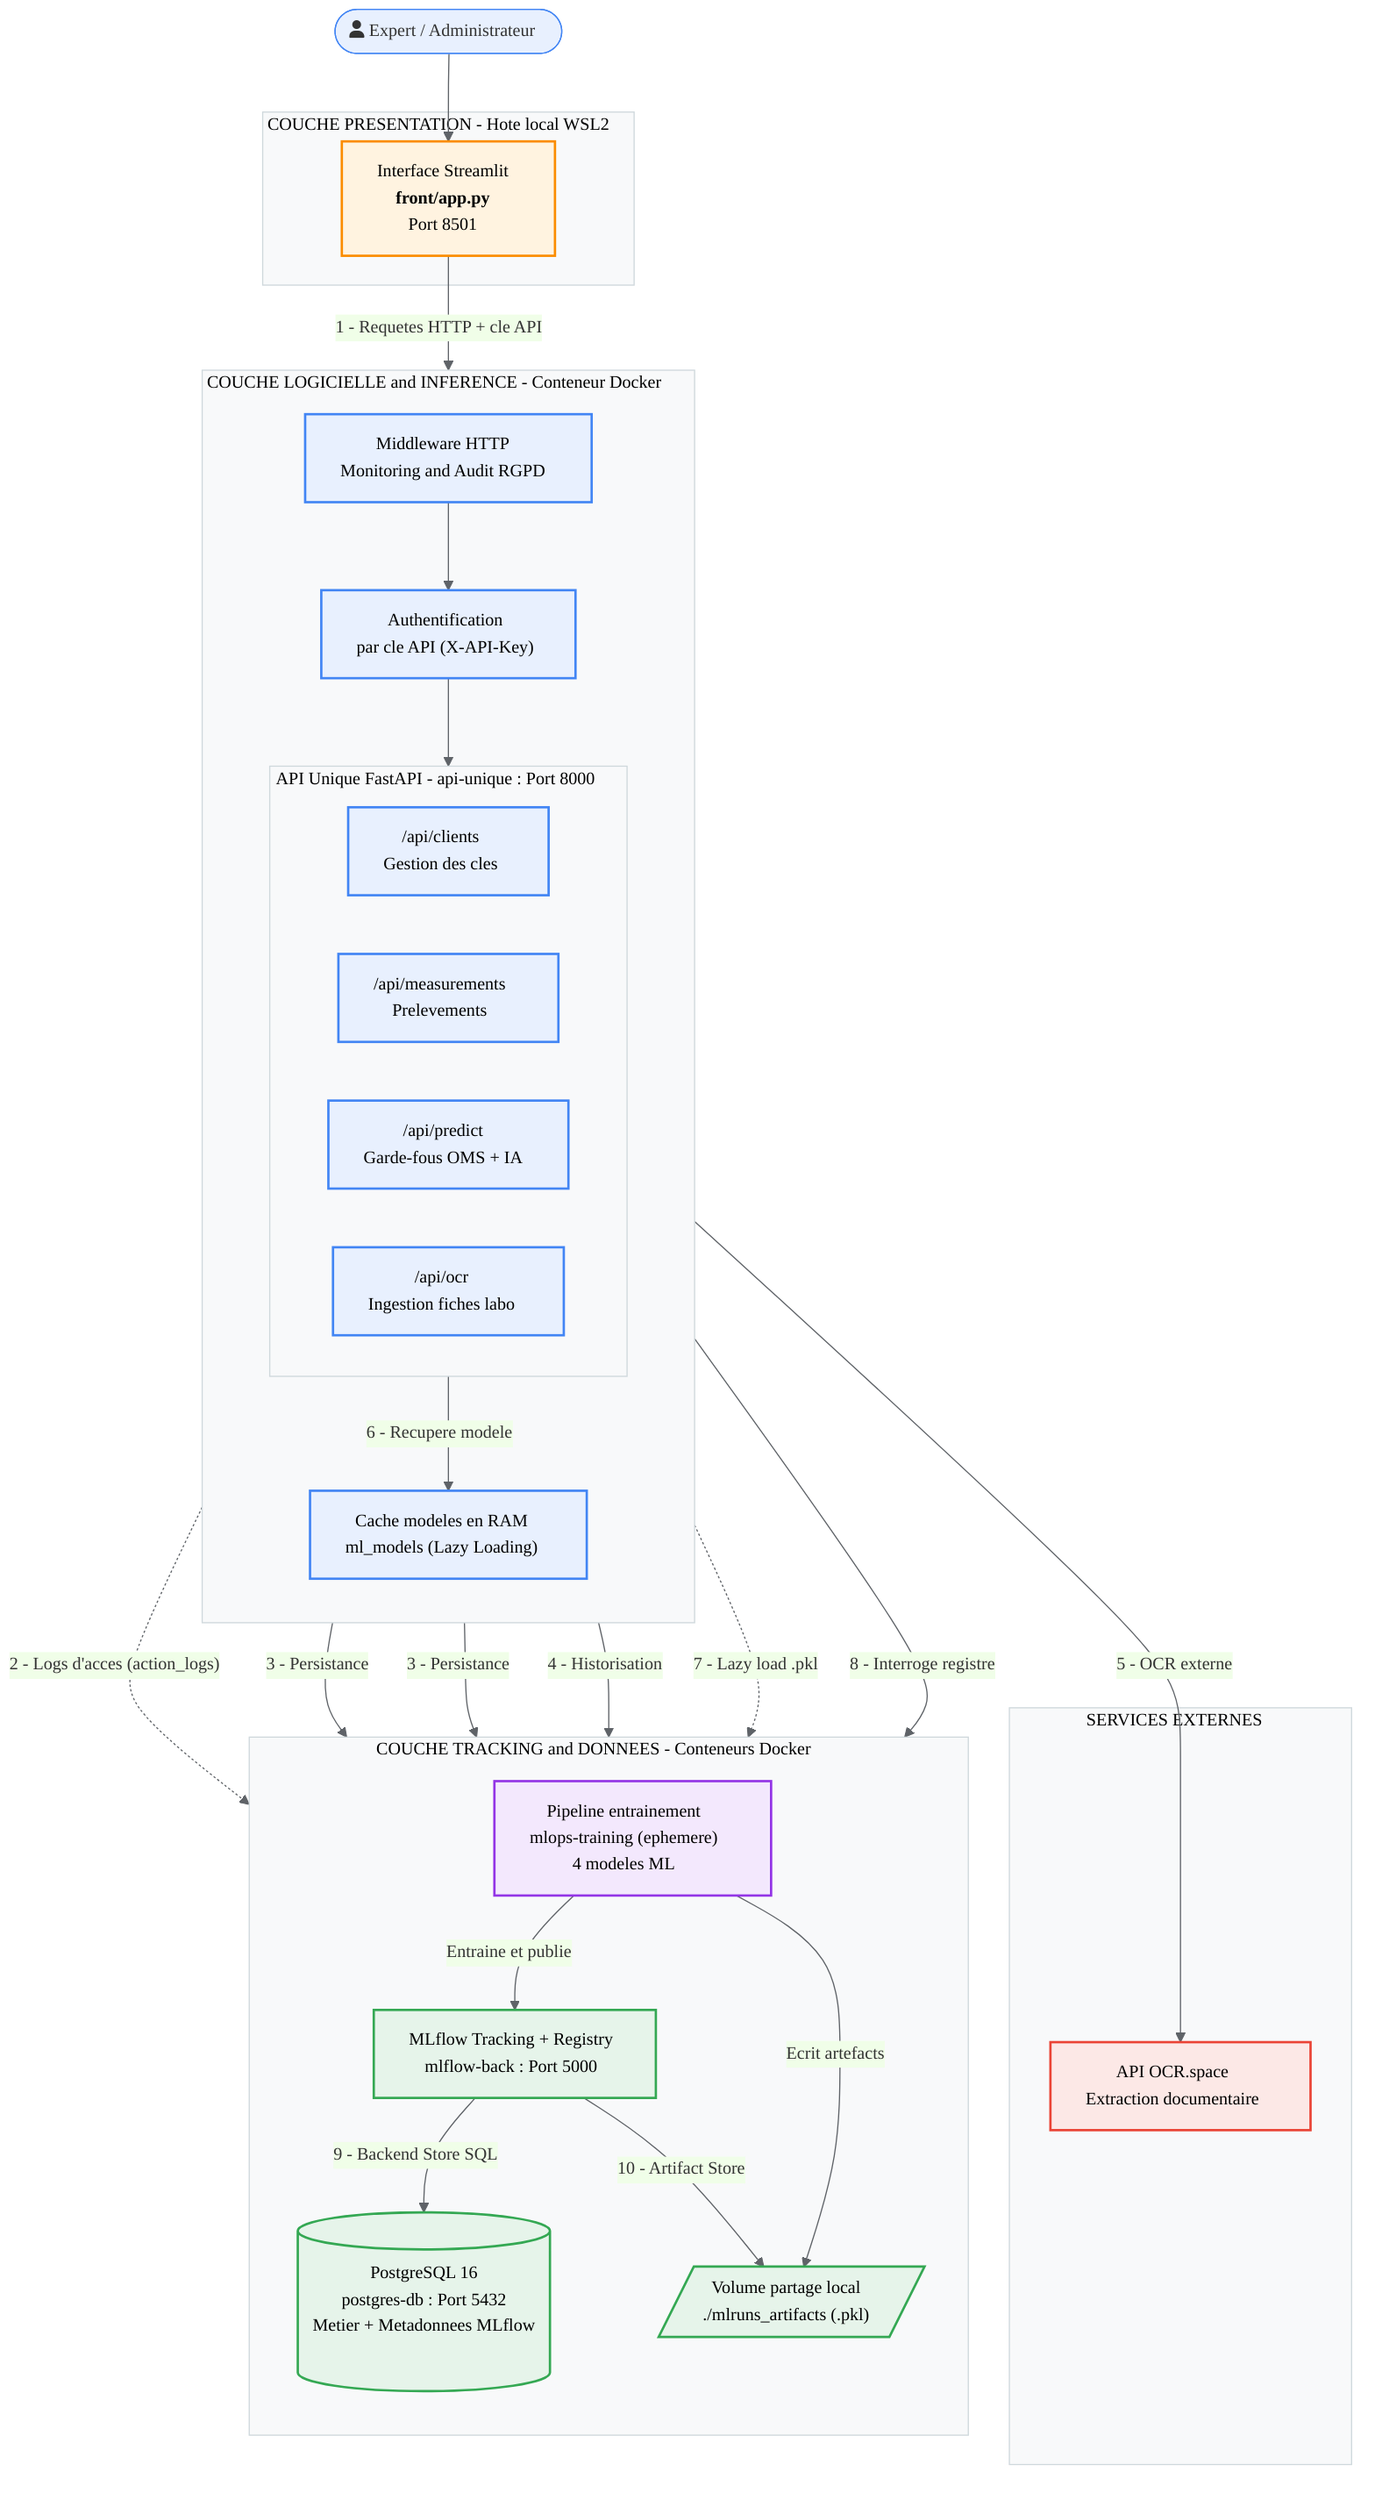
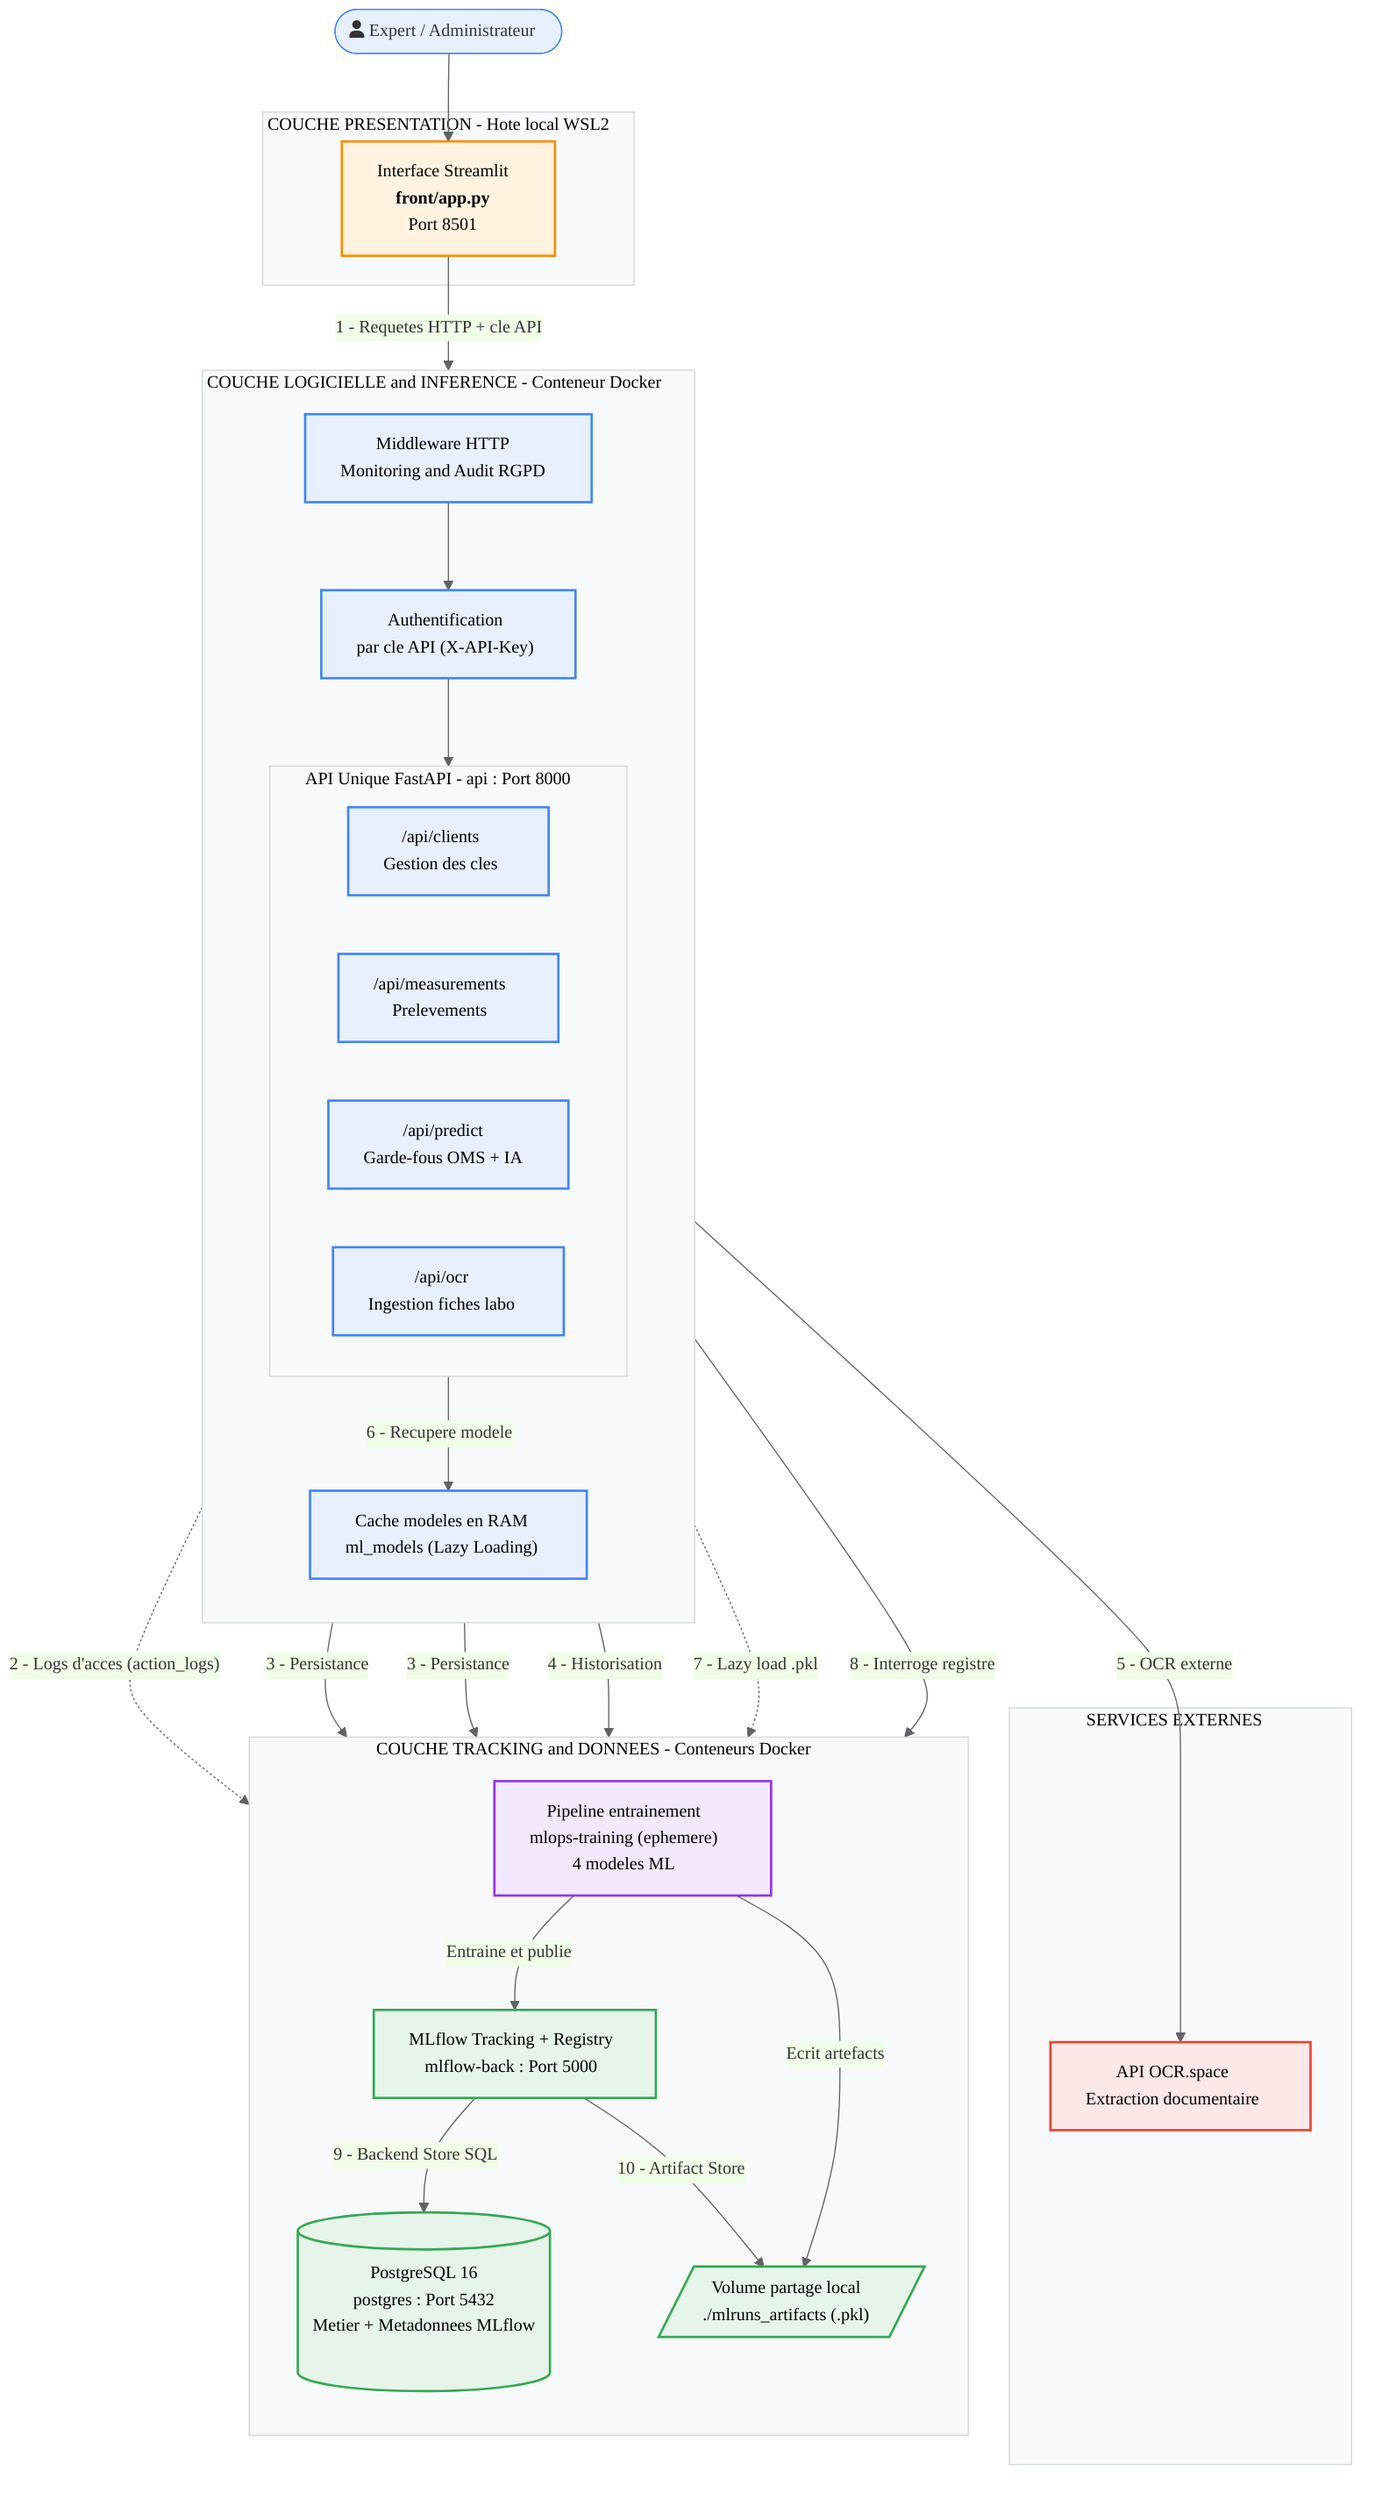
%%{init: {'theme':'base', 'themeVariables': {'fontFamily':'Segoe UI, Helvetica, sans-serif','fontSize':'15px','primaryColor':'#e8f0fe','primaryBorderColor':'#4285f4','lineColor':'#5f6368','clusterBkg':'#f8f9fa','clusterBorder':'#cfd8dc'}}}%%
graph TD
    user(["fa:fa-user Expert / Administrateur"])

    subgraph PRESENTATION["COUCHE PRESENTATION  -  Hote local WSL2"]
        UI["Interface Streamlit<br/><b>front/app.py</b><br/>Port 8501"]
    end

    subgraph APILAYER["COUCHE LOGICIELLE and INFERENCE  -  Conteneur Docker"]
        direction TB
        MW["Middleware HTTP<br/>Monitoring and Audit RGPD"]
        AUTH["Authentification<br/>par cle API  (X-API-Key)"]
-         subgraph ROUTERS["API Unique FastAPI  -  api-unique : Port 8000"]
+         subgraph ROUTERS["API Unique FastAPI  -  api : Port 8000"]
            direction LR
            R1["/api/clients<br/>Gestion des cles"]
            R2["/api/measurements<br/>Prelevements"]
            R3["/api/predict<br/>Garde-fous OMS + IA"]
            R4["/api/ocr<br/>Ingestion fiches labo"]
        end
        CACHE["Cache modeles en RAM<br/>ml_models  (Lazy Loading)"]
    end

    subgraph EXTERN["SERVICES EXTERNES"]
        OCRAPI["API OCR.space<br/>Extraction documentaire"]
    end

    subgraph DATA["COUCHE TRACKING and DONNEES  -  Conteneurs Docker"]
        direction TB
        MLFLOW["MLflow Tracking + Registry<br/>mlflow-back : Port 5000"]
-         PG[("PostgreSQL 16<br/>postgres-db : Port 5432<br/>Metier + Metadonnees MLflow")]
+         PG[("PostgreSQL 16<br/>postgres : Port 5432<br/>Metier + Metadonnees MLflow")]
        VOL[/"Volume partage local<br/>./mlruns_artifacts  (.pkl)"/]
        TRAIN["Pipeline entrainement<br/>mlops-training  (ephemere)<br/>4 modeles ML"]
    end

    user --> UI
    UI -->|"1 - Requetes HTTP + cle API"| MW
    MW --> AUTH
    AUTH --> ROUTERS
    MW -.->|"2 - Logs d'acces (action_logs)"| PG
    R1 -->|"3 - Persistance"| PG
    R2 -->|"3 - Persistance"| PG
    R3 -->|"4 - Historisation"| PG
    R4 -->|"5 - OCR externe"| OCRAPI
    R3 -->|"6 - Recupere modele"| CACHE
    CACHE -.->|"7 - Lazy load .pkl"| VOL
    R3 -->|"8 - Interroge registre"| MLFLOW
    MLFLOW -->|"9 - Backend Store SQL"| PG
    MLFLOW -->|"10 - Artifact Store"| VOL
    TRAIN -->|"Entraine et publie"| MLFLOW
    TRAIN -->|"Ecrit artefacts"| VOL

    classDef ui fill:#fff3e0,stroke:#fb8c00,stroke-width:2px,color:#000;
    classDef api fill:#e8f0fe,stroke:#4285f4,stroke-width:2px,color:#000;
    classDef store fill:#e6f4ea,stroke:#34a853,stroke-width:2px,color:#000;
    classDef ext fill:#fce8e6,stroke:#ea4335,stroke-width:2px,color:#000;
    classDef train fill:#f3e8fd,stroke:#9334e6,stroke-width:2px,color:#000;
    class UI ui;
    class MW,AUTH,R1,R2,R3,R4,CACHE api;
    class MLFLOW,PG,VOL store;
    class OCRAPI ext;
    class TRAIN train;
